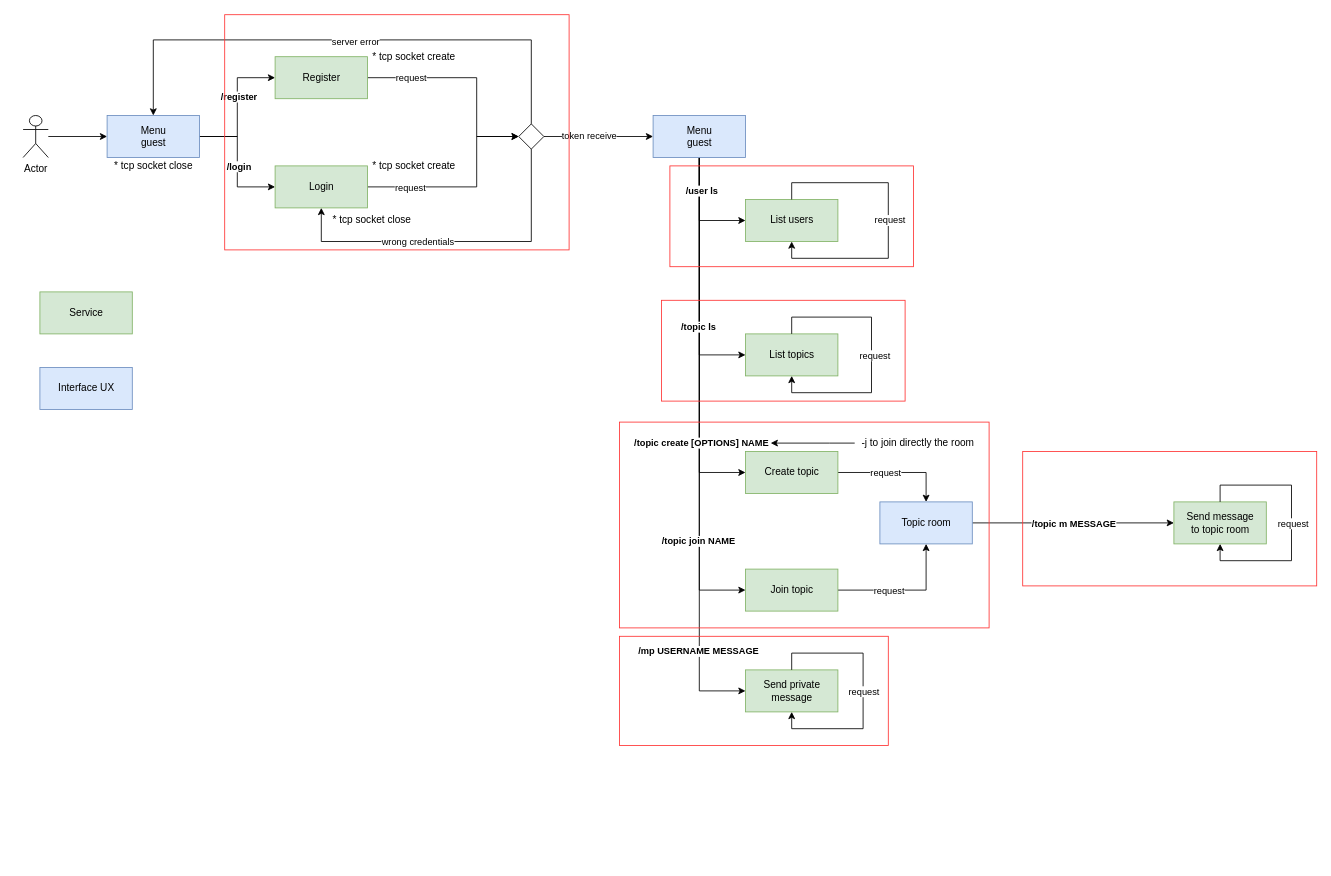
The draw.io diagram page "Client Side" (3 of 6) of assets/chat-app-class-diagram.drawio in DonThomz/M1-project-chat-app, before the edit. Source tidied: cells renumbered, new cells numbered last; positions are measured from the earlier drawing's top-left corner, leaving out a move shared by most shapes. Both pictures are drawn from the tidied source at 84%, with x=0, y=0 at pixel (23, 14).
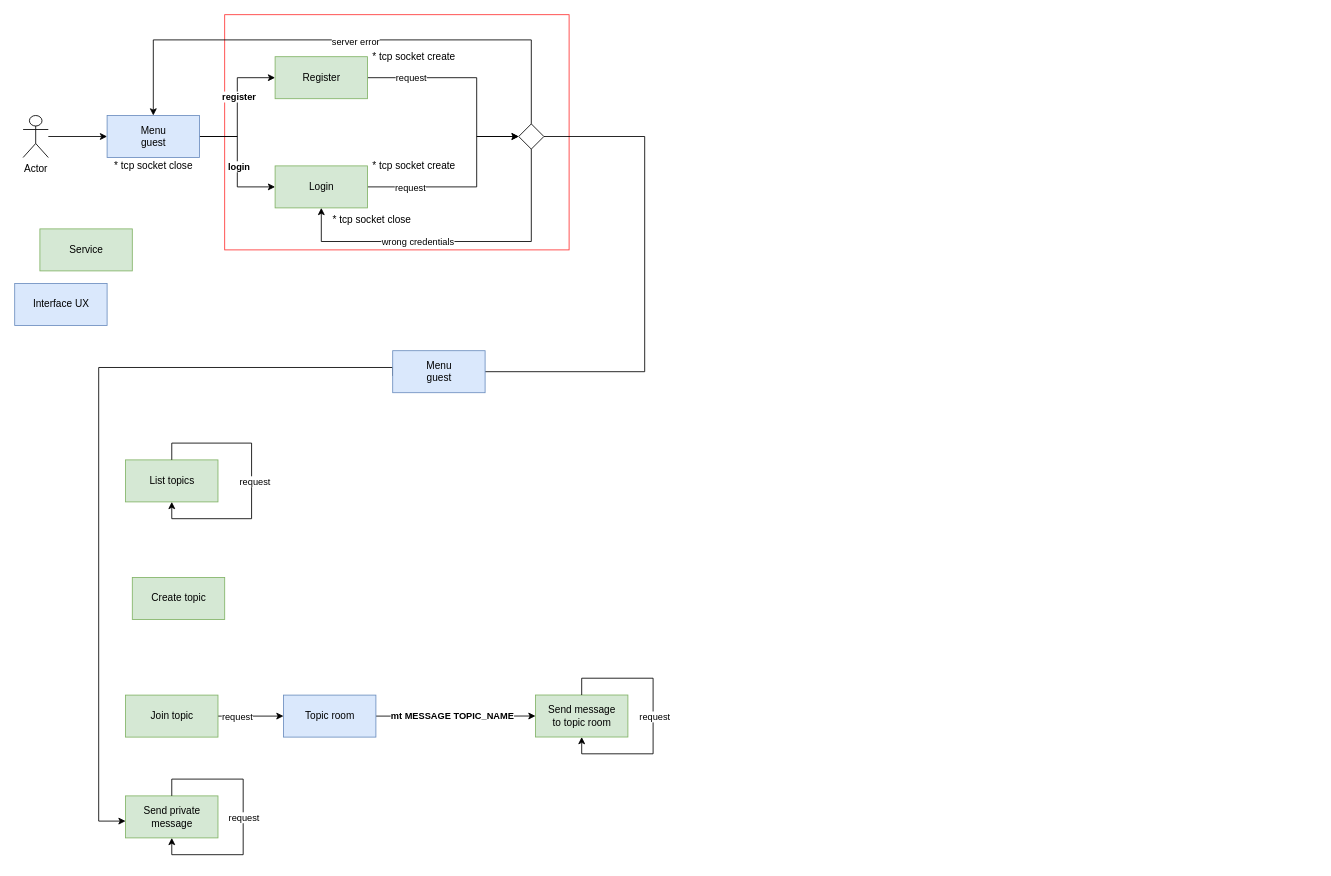
Above is the later version.

The change refers to these unchanged cells:
```xml
<mxCell id="4" style="edgeStyle=orthogonalEdgeStyle;rounded=0;jettySize=auto;html=1;entryX=0;entryY=0.5;entryDx=0;entryDy=0;" parent="1" edge="1" source="8" target="13">
  <mxGeometry relative="1" as="geometry" />
</mxCell>
<mxCell id="6" style="edgeStyle=orthogonalEdgeStyle;rounded=0;jettySize=auto;html=1;entryX=0;entryY=0.5;entryDx=0;entryDy=0;" parent="1" edge="1" source="8" target="16">
  <mxGeometry relative="1" as="geometry" />
</mxCell>
<mxCell id="23" style="rhombus;" parent="1" vertex="1">
  <mxGeometry x="590" y="130" width="30" height="30" as="geometry" />
</mxCell>
<mxCell id="42" style="edgeStyle=orthogonalEdgeStyle;rounded=0;jettySize=auto;html=1;entryX=0;entryY=0.5;entryDx=0;entryDy=0;" parent="1" edge="1" source="44" target="53">
  <mxGeometry relative="1" as="geometry" />
</mxCell>
```

Diff of the diagram source:
```diff
@@
-    <mxCell id="2" style="edgeStyle=orthogonalEdgeStyle;rounded=0;jettySize=auto;html=1;entryX=0;entryY=0.5;entryDx=0;entryDy=0;" parent="1" edge="1" source="32" target="50">
-      <mxGeometry relative="1" as="geometry" />
+    <mxCell id="2" style="edgeStyle=orthogonalEdgeStyle;rounded=0;orthogonalLoop=1;jettySize=auto;html=1;entryX=0;entryY=0.5;entryDx=0;entryDy=0;" parent="1" edge="1">
+      <mxGeometry relative="1" as="geometry">
+        <mxPoint x="440" y="430" as="sourcePoint" />
+        <mxPoint x="122" y="960" as="targetPoint" />
+        <Array as="points">
+          <mxPoint x="440" y="420" />
+          <mxPoint x="90" y="420" />
+          <mxPoint x="90" y="960" />
+        </Array>
+      </mxGeometry>
     </mxCell>
-    <mxCell id="3" value="/mp USERNAME MESSAGE" style="edgeLabel;html=1;align=center;verticalAlign=middle;fontStyle=1;" parent="2" vertex="1">
-      <mxGeometry x="0.7" y="-2" relative="1" as="geometry" />
-    </mxCell>
+    <mxCell id="62" style="rounded=0;whiteSpace=wrap;html=1;strokeWidth=1;fillColor=none;strokeColor=#FF3333;" parent="1" vertex="1">
+      <mxGeometry x="240" width="410" height="280" as="geometry" />
+    </mxCell>
@@
-    <mxCell id="5" value="/register" style="edgeLabel;html=1;align=center;verticalAlign=middle;fontStyle=1;" parent="4" vertex="1">
+    <mxCell id="5" value="register" style="edgeLabel;html=1;align=center;verticalAlign=middle;fontStyle=1;" parent="4" vertex="1">
       <mxGeometry x="0.16" y="-1" relative="1" as="geometry" />
     </mxCell>
@@
-    <mxCell id="7" value="/login" style="edgeLabel;html=1;align=center;verticalAlign=middle;fontStyle=1;" parent="6" vertex="1">
+    <mxCell id="7" value="login" style="edgeLabel;html=1;align=center;verticalAlign=middle;fontStyle=1;" parent="6" vertex="1">
       <mxGeometry x="0.16" y="1" relative="1" as="geometry">
         <mxPoint y="-6.9" as="offset" />
       </mxGeometry>
     </mxCell>
@@
     <mxCell id="17" style="edgeStyle=orthogonalEdgeStyle;rounded=0;jettySize=auto;html=1;entryX=0;entryY=0.5;entryDx=0;entryDy=0;" parent="1" edge="1" source="23" target="32">
-      <mxGeometry relative="1" as="geometry" />
+      <mxGeometry relative="1" as="geometry">
+        <Array as="points">
+          <mxPoint x="740" y="145" />
+          <mxPoint x="740" y="425" />
+        </Array>
+      </mxGeometry>
     </mxCell>
-    <mxCell id="18" value="token receive" style="edgeLabel;html=1;align=center;verticalAlign=middle;" parent="17" vertex="1">
-      <mxGeometry x="-0.18" y="2" relative="1" as="geometry" />
-    </mxCell>
@@
-    <mxCell id="24" style="edgeStyle=orthogonalEdgeStyle;rounded=0;jettySize=auto;html=1;entryX=0;entryY=0.5;entryDx=0;entryDy=0;" parent="1" edge="1" source="32" target="33">
-      <mxGeometry relative="1" as="geometry" />
-    </mxCell>
-    <mxCell id="25" style="edgeStyle=orthogonalEdgeStyle;rounded=0;jettySize=auto;html=1;entryX=0;entryY=0.5;entryDx=0;entryDy=0;" parent="1" edge="1" source="32" target="36">
-      <mxGeometry relative="1" as="geometry" />
-    </mxCell>
-    <mxCell id="26" style="edgeStyle=orthogonalEdgeStyle;rounded=0;jettySize=auto;html=1;entryX=0;entryY=0.5;entryDx=0;entryDy=0;" parent="1" edge="1" source="32" target="41">
-      <mxGeometry relative="1" as="geometry">
-        <Array as="points">
-          <mxPoint x="805" y="545" />
-        </Array>
-      </mxGeometry>
-    </mxCell>
-    <mxCell id="27" style="edgeStyle=orthogonalEdgeStyle;rounded=0;jettySize=auto;html=1;entryX=0;entryY=0.5;entryDx=0;entryDy=0;" parent="1" edge="1" source="32" target="47">
-      <mxGeometry relative="1" as="geometry" />
-    </mxCell>
-    <mxCell id="28" value="/topic join NAME" style="edgeLabel;html=1;align=center;verticalAlign=middle;fontStyle=1;" parent="27" vertex="1">
-      <mxGeometry x="0.6" y="-2" relative="1" as="geometry" />
-    </mxCell>
-    <mxCell id="29" value="&lt;b&gt;/topic create [OPTIONS] NAME&amp;nbsp;&lt;/b&gt;" style="edgeLabel;html=1;align=center;verticalAlign=middle;" parent="27" vertex="1">
-      <mxGeometry x="0.07" y="3" relative="1" as="geometry">
-        <mxPoint y="34.5" as="offset" />
-      </mxGeometry>
-    </mxCell>
-    <mxCell id="30" value="/topic ls" style="edgeLabel;html=1;align=center;verticalAlign=middle;fontStyle=1;" parent="27" vertex="1">
-      <mxGeometry x="-0.5" y="-2" relative="1" as="geometry">
-        <mxPoint y="58.8" as="offset" />
-      </mxGeometry>
-    </mxCell>
-    <mxCell id="31" value="&lt;b&gt;/user ls&lt;/b&gt;" style="edgeLabel;html=1;align=center;verticalAlign=middle;" parent="27" vertex="1">
-      <mxGeometry x="-0.83" y="2" relative="1" as="geometry">
-        <mxPoint y="-8.3" as="offset" />
-      </mxGeometry>
-    </mxCell>
     <mxCell id="32" value="Menu&lt;br&gt;guest" style="html=1;fillColor=#dae8fc;strokeColor=#6c8ebf;" parent="1" vertex="1">
-      <mxGeometry x="750" y="120" width="110" height="50" as="geometry" />
+      <mxGeometry x="440" y="400" width="110" height="50" as="geometry" />
     </mxCell>
-    <mxCell id="33" value="List users" style="html=1;fillColor=#d5e8d4;strokeColor=#82b366;" parent="1" vertex="1">
-      <mxGeometry x="860" y="220" width="110" height="50" as="geometry" />
-    </mxCell>
-    <mxCell id="34" style="edgeStyle=orthogonalEdgeStyle;rounded=0;orthogonalLoop=1;jettySize=auto;html=1;entryX=0.5;entryY=1;entryDx=0;entryDy=0;" parent="1" edge="1" source="33" target="33">
-      <mxGeometry relative="1" as="geometry">
-        <Array as="points">
-          <mxPoint x="915" y="200" />
-          <mxPoint x="1030" y="200" />
-          <mxPoint x="1030" y="290" />
-          <mxPoint x="915" y="290" />
-        </Array>
-      </mxGeometry>
-    </mxCell>
-    <mxCell id="35" value="request" style="edgeLabel;html=1;align=center;verticalAlign=middle;" parent="34" vertex="1">
-      <mxGeometry x="-0.1" y="1" relative="1" as="geometry">
-        <mxPoint y="17.5" as="offset" />
-      </mxGeometry>
-    </mxCell>
     <mxCell id="36" value="List topics" style="html=1;fillColor=#d5e8d4;strokeColor=#82b366;" parent="1" vertex="1">
-      <mxGeometry x="860" y="380" width="110" height="50" as="geometry" />
+      <mxGeometry x="122" y="530" width="110" height="50" as="geometry" />
     </mxCell>
     <mxCell id="37" style="edgeStyle=orthogonalEdgeStyle;rounded=0;orthogonalLoop=1;jettySize=auto;html=1;entryX=0.5;entryY=1;entryDx=0;entryDy=0;" parent="1" edge="1" source="36" target="36">
       <mxGeometry relative="1" as="geometry">
         <Array as="points">
-          <mxPoint x="915" y="360" />
-          <mxPoint x="1010" y="360" />
-          <mxPoint x="1010" y="450" />
-          <mxPoint x="915" y="450" />
+          <mxPoint x="177" y="510" />
+          <mxPoint x="272" y="510" />
+          <mxPoint x="272" y="600" />
+          <mxPoint x="177" y="600" />
         </Array>
       </mxGeometry>
     </mxCell>
@@
-    <mxCell id="39" style="edgeStyle=orthogonalEdgeStyle;rounded=0;jettySize=auto;html=1;" parent="1" edge="1" source="41" target="44">
-      <mxGeometry relative="1" as="geometry" />
-    </mxCell>
-    <mxCell id="40" value="request" style="edgeLabel;html=1;align=center;verticalAlign=middle;" parent="39" vertex="1">
-      <mxGeometry x="-0.56" relative="1" as="geometry">
-        <mxPoint x="25" as="offset" />
-      </mxGeometry>
-    </mxCell>
     <mxCell id="41" value="Create topic" style="html=1;fillColor=#d5e8d4;strokeColor=#82b366;" parent="1" vertex="1">
-      <mxGeometry x="860" y="520" width="110" height="50" as="geometry" />
+      <mxGeometry x="130" y="670" width="110" height="50" as="geometry" />
     </mxCell>
@@
-    <mxCell id="43" value="/topic m MESSAGE" style="edgeLabel;html=1;align=center;verticalAlign=middle;fontStyle=1;" parent="42" vertex="1">
+    <mxCell id="43" value="mt MESSAGE TOPIC_NAME" style="edgeLabel;html=1;align=center;verticalAlign=middle;fontStyle=1;" parent="42" vertex="1">
       <mxGeometry x="0.1" y="3" relative="1" as="geometry">
-        <mxPoint x="-11.7" y="3" as="offset" />
+        <mxPoint x="-14.6" y="3" as="offset" />
       </mxGeometry>
     </mxCell>
     <mxCell id="44" value="Topic room" style="html=1;fillColor=#dae8fc;strokeColor=#6c8ebf;" parent="1" vertex="1">
-      <mxGeometry x="1020" y="580" width="110" height="50" as="geometry" />
+      <mxGeometry x="310" y="810" width="110" height="50" as="geometry" />
     </mxCell>
-    <mxCell id="45" style="edgeStyle=orthogonalEdgeStyle;rounded=0;jettySize=auto;html=1;entryX=0.5;entryY=1;entryDx=0;entryDy=0;" parent="1" edge="1" source="47" target="44">
+    <mxCell id="45" style="edgeStyle=orthogonalEdgeStyle;rounded=0;jettySize=auto;html=1;entryX=0;entryY=0.5;entryDx=0;entryDy=0;" parent="1" edge="1" source="47" target="44">
       <mxGeometry relative="1" as="geometry" />
     </mxCell>
@@
     <mxCell id="47" value="Join topic" style="html=1;fillColor=#d5e8d4;strokeColor=#82b366;" parent="1" vertex="1">
-      <mxGeometry x="860" y="660" width="110" height="50" as="geometry" />
+      <mxGeometry x="122" y="810" width="110" height="50" as="geometry" />
     </mxCell>
-    <mxCell id="48" style="edgeStyle=orthogonalEdgeStyle;rounded=0;jettySize=auto;html=1;" parent="1" edge="1" source="49">
-      <mxGeometry relative="1" as="geometry">
-        <mxPoint x="890" y="510" as="targetPoint" />
-        <Array as="points">
-          <mxPoint x="960" y="510" />
-          <mxPoint x="960" y="510" />
-        </Array>
-      </mxGeometry>
-    </mxCell>
-    <mxCell id="49" value="-j to join directly the room" style="text;html=1;align=center;verticalAlign=middle;points=[];" parent="1" vertex="1">
-      <mxGeometry x="990" y="500" width="150" height="20" as="geometry" />
-    </mxCell>
     <mxCell id="50" value="Send private&lt;br&gt;message" style="html=1;fillColor=#d5e8d4;strokeColor=#82b366;" parent="1" vertex="1">
-      <mxGeometry x="860" y="780" width="110" height="50" as="geometry" />
+      <mxGeometry x="122" y="930" width="110" height="50" as="geometry" />
     </mxCell>
     <mxCell id="51" style="edgeStyle=orthogonalEdgeStyle;rounded=0;orthogonalLoop=1;jettySize=auto;html=1;entryX=0.5;entryY=1;entryDx=0;entryDy=0;" parent="1" edge="1" source="50" target="50">
       <mxGeometry relative="1" as="geometry">
         <Array as="points">
-          <mxPoint x="915" y="760" />
-          <mxPoint x="1000" y="760" />
-          <mxPoint x="1000" y="850" />
-          <mxPoint x="915" y="850" />
+          <mxPoint x="177" y="910" />
+          <mxPoint x="262" y="910" />
+          <mxPoint x="262" y="1000" />
+          <mxPoint x="177" y="1000" />
         </Array>
       </mxGeometry>
     </mxCell>
@@
     <mxCell id="53" value="Send message&lt;br&gt;to topic room" style="html=1;fillColor=#d5e8d4;strokeColor=#82b366;" parent="1" vertex="1">
-      <mxGeometry x="1370" y="580" width="110" height="50" as="geometry" />
+      <mxGeometry x="610" y="809.9" width="110" height="50" as="geometry" />
     </mxCell>
     <mxCell id="54" style="edgeStyle=orthogonalEdgeStyle;rounded=0;orthogonalLoop=1;jettySize=auto;html=1;entryX=0.5;entryY=1;entryDx=0;entryDy=0;" parent="1" edge="1" source="53" target="53">
       <mxGeometry relative="1" as="geometry">
         <Array as="points">
-          <mxPoint x="1425" y="560" />
-          <mxPoint x="1510" y="560" />
-          <mxPoint x="1510" y="650" />
-          <mxPoint x="1425" y="650" />
+          <mxPoint x="665" y="789.9" />
+          <mxPoint x="750" y="789.9" />
+          <mxPoint x="750" y="879.9" />
+          <mxPoint x="665" y="879.9" />
         </Array>
       </mxGeometry>
     </mxCell>
@@
     <mxCell id="60" value="Service" style="html=1;fillColor=#d5e8d4;strokeColor=#82b366;" parent="1" vertex="1">
-      <mxGeometry x="20" y="330" width="110" height="50" as="geometry" />
+      <mxGeometry x="20" y="255" width="110" height="50" as="geometry" />
     </mxCell>
     <mxCell id="61" value="Interface UX" style="html=1;fillColor=#dae8fc;strokeColor=#6c8ebf;" parent="1" vertex="1">
-      <mxGeometry x="20" y="420" width="110" height="50" as="geometry" />
+      <mxGeometry x="-10" y="320" width="110" height="50" as="geometry" />
     </mxCell>
-    <mxCell id="62" style="rounded=0;whiteSpace=wrap;html=1;strokeWidth=1;fillColor=none;strokeColor=#FF3333;" parent="1" vertex="1">
-      <mxGeometry x="240" width="410" height="280" as="geometry" />
-    </mxCell>
-    <mxCell id="63" style="rounded=0;whiteSpace=wrap;html=1;strokeWidth=1;fillColor=none;strokeColor=#FF3333;" parent="1" vertex="1">
-      <mxGeometry x="770" y="180" width="290" height="120" as="geometry" />
-    </mxCell>
-    <mxCell id="64" style="rounded=0;whiteSpace=wrap;html=1;strokeWidth=1;fillColor=none;strokeColor=#FF3333;" parent="1" vertex="1">
-      <mxGeometry x="760" y="340" width="290" height="120" as="geometry" />
-    </mxCell>
-    <mxCell id="65" style="rounded=0;whiteSpace=wrap;html=1;strokeWidth=1;fillColor=none;strokeColor=#FF3333;" parent="1" vertex="1">
-      <mxGeometry x="710" y="485" width="440" height="245" as="geometry" />
-    </mxCell>
-    <mxCell id="66" style="rounded=0;whiteSpace=wrap;html=1;strokeWidth=1;fillColor=none;strokeColor=#FF3333;" parent="1" vertex="1">
-      <mxGeometry x="1190" y="520" width="350" height="160" as="geometry" />
-    </mxCell>
-    <mxCell id="67" style="rounded=0;whiteSpace=wrap;html=1;strokeWidth=1;fillColor=none;strokeColor=#FF3333;" parent="1" vertex="1">
-      <mxGeometry x="710" y="740" width="320" height="130" as="geometry" />
-    </mxCell>
```
